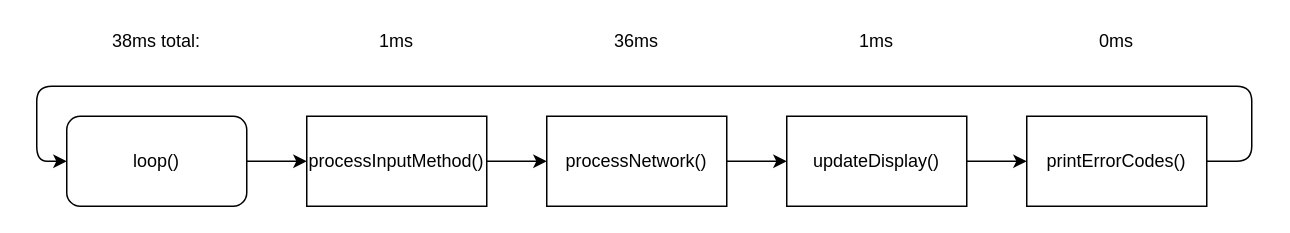
Matt-and-Gib/gleemail keeps this draw.io diagram as page "Loop" (2 of 3) of glEEmail flow.drawio. Above is the earlier version. Source tidied: cells renumbered, new cells numbered last; positions are measured from the earlier drawing's top-left corner, leaving out a move shared by most shapes. Both pictures are drawn from the tidied source at 150%, with x=0, y=0 at pixel (36, 26).
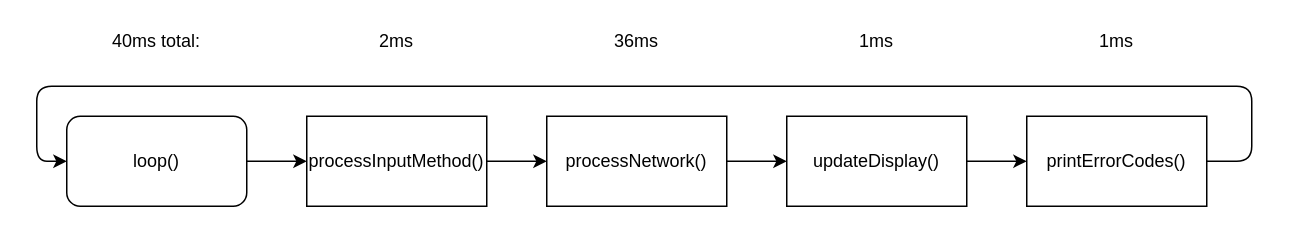
The same page after the edit.

What changed in the source:
```diff
@@
 <mxGraphModel>
   <root>
     <mxCell id="0" />
     <mxCell id="1" parent="0" />
     <mxCell id="2" style="edgeStyle=orthogonalEdgeStyle;rounded=0;jettySize=auto;html=1;exitX=1;exitY=0.5;exitDx=0;exitDy=0;entryX=0;entryY=0.5;entryDx=0;entryDy=0;" parent="1" edge="1" source="3" target="5">
       <mxGeometry relative="1" as="geometry" />
     </mxCell>
     <mxCell id="3" value="loop()" style="rounded=1;whiteSpace=wrap;html=1;" parent="1" vertex="1">
       <mxGeometry x="20" y="60" width="120" height="60" as="geometry" />
     </mxCell>
     <mxCell id="4" style="edgeStyle=orthogonalEdgeStyle;rounded=0;jettySize=auto;html=1;exitX=1;exitY=0.5;exitDx=0;exitDy=0;entryX=0;entryY=0.5;entryDx=0;entryDy=0;" parent="1" edge="1" source="5" target="7">
       <mxGeometry relative="1" as="geometry" />
     </mxCell>
     <mxCell id="5" value="processInputMethod()" style="rounded=0;whiteSpace=wrap;html=1;" parent="1" vertex="1">
       <mxGeometry x="180" y="60" width="120" height="60" as="geometry" />
     </mxCell>
     <mxCell id="6" style="edgeStyle=orthogonalEdgeStyle;rounded=0;jettySize=auto;html=1;exitX=1;exitY=0.5;exitDx=0;exitDy=0;entryX=0;entryY=0.5;entryDx=0;entryDy=0;" parent="1" edge="1" source="7" target="9">
       <mxGeometry relative="1" as="geometry" />
     </mxCell>
     <mxCell id="7" value="processNetwork()" style="rounded=0;whiteSpace=wrap;html=1;" parent="1" vertex="1">
       <mxGeometry x="340" y="60" width="120" height="60" as="geometry" />
     </mxCell>
     <mxCell id="8" style="edgeStyle=orthogonalEdgeStyle;rounded=0;jettySize=auto;html=1;exitX=1;exitY=0.5;exitDx=0;exitDy=0;entryX=0;entryY=0.5;entryDx=0;entryDy=0;" parent="1" edge="1" source="9" target="10">
       <mxGeometry relative="1" as="geometry" />
     </mxCell>
     <mxCell id="9" value="updateDisplay()" style="rounded=0;whiteSpace=wrap;html=1;" parent="1" vertex="1">
       <mxGeometry x="500" y="60" width="120" height="60" as="geometry" />
     </mxCell>
     <mxCell id="10" value="printErrorCodes()" style="rounded=0;whiteSpace=wrap;html=1;" parent="1" vertex="1">
       <mxGeometry x="660" y="60" width="120" height="60" as="geometry" />
     </mxCell>
     <mxCell id="11" style="endArrow=classic;html=1;exitX=1;exitY=0.5;exitDx=0;exitDy=0;entryX=0;entryY=0.5;entryDx=0;entryDy=0;" parent="1" edge="1" source="10" target="3">
       <mxGeometry relative="1" as="geometry">
         <Array as="points">
           <mxPoint x="810" y="90" />
           <mxPoint x="810" y="40" />
           <mxPoint y="40" />
           <mxPoint y="90" />
         </Array>
       </mxGeometry>
     </mxCell>
-    <mxCell id="12" value="1ms" style="text;html=1;strokeColor=none;fillColor=none;align=center;verticalAlign=middle;whiteSpace=wrap;rounded=0;" parent="1" vertex="1">
+    <mxCell id="12" value="2ms" style="text;html=1;strokeColor=none;fillColor=none;align=center;verticalAlign=middle;whiteSpace=wrap;rounded=0;" parent="1" vertex="1">
       <mxGeometry x="220" width="40" height="20" as="geometry" />
     </mxCell>
-    <mxCell id="13" value="0ms" style="text;html=1;strokeColor=none;fillColor=none;align=center;verticalAlign=middle;whiteSpace=wrap;rounded=0;" parent="1" vertex="1">
+    <mxCell id="13" value="1ms" style="text;html=1;strokeColor=none;fillColor=none;align=center;verticalAlign=middle;whiteSpace=wrap;rounded=0;" parent="1" vertex="1">
       <mxGeometry x="700" width="40" height="20" as="geometry" />
     </mxCell>
     <mxCell id="14" value="1ms" style="text;html=1;strokeColor=none;fillColor=none;align=center;verticalAlign=middle;whiteSpace=wrap;rounded=0;" parent="1" vertex="1">
       <mxGeometry x="540" width="40" height="20" as="geometry" />
     </mxCell>
     <mxCell id="15" value="36ms" style="text;html=1;strokeColor=none;fillColor=none;align=center;verticalAlign=middle;whiteSpace=wrap;rounded=0;" parent="1" vertex="1">
       <mxGeometry x="380" width="40" height="20" as="geometry" />
     </mxCell>
-    <mxCell id="16" value="38ms total:" style="text;html=1;strokeColor=none;fillColor=none;align=center;verticalAlign=middle;whiteSpace=wrap;rounded=0;" parent="1" vertex="1">
+    <mxCell id="16" value="40ms total:" style="text;html=1;strokeColor=none;fillColor=none;align=center;verticalAlign=middle;whiteSpace=wrap;rounded=0;" parent="1" vertex="1">
       <mxGeometry x="20" width="120" height="20" as="geometry" />
     </mxCell>
   </root>
 </mxGraphModel>
```
